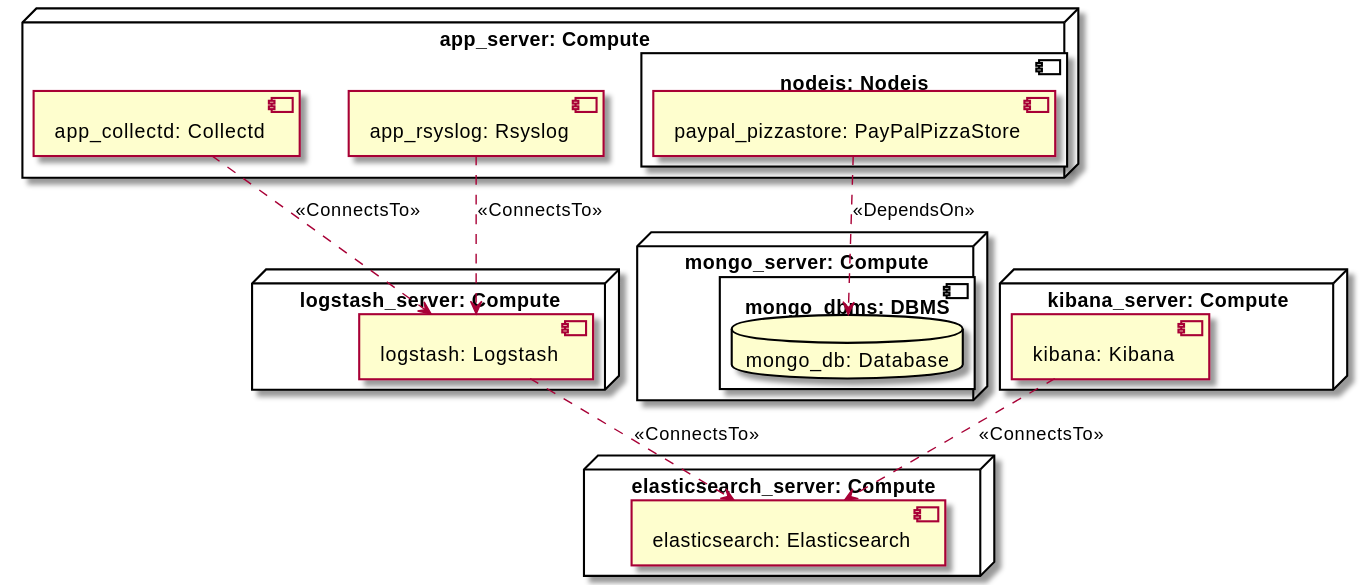
The PlantUML diagram examples/ariatosca/diagrams/uml2/multi-tier-1-1.0-uml2-deployment-diagram.svg in Orange-OpenSource/Cloudnet-TOSCA-toolbox, before a commit. The source it was exported from:
```plantuml
@startuml
skinparam componentStyle uml2
allowmixing

node "app_server: Compute" as node_app_server {
component "nodejs: Nodejs" as node_nodejs {
component "paypal_pizzastore: PayPalPizzaStore" as node_paypal_pizzastore
}
component "app_collectd: Collectd" as node_app_collectd
component "app_rsyslog: Rsyslog" as node_app_rsyslog
}
node "mongo_server: Compute" as node_mongo_server {
component "mongo_dbms: DBMS" as node_mongo_dbms {
database "mongo_db: Database" as node_mongo_db
}
}
node "elasticsearch_server: Compute" as node_elasticsearch_server {
component "elasticsearch: Elasticsearch" as node_elasticsearch
}
node "logstash_server: Compute" as node_logstash_server {
component "logstash: Logstash" as node_logstash
}
node "kibana_server: Compute" as node_kibana_server {
component "kibana: Kibana" as node_kibana
}
node_paypal_pizzastore ..> node_mongo_db : <<DependsOn>>
node_logstash ..> node_elasticsearch : <<ConnectsTo>>
node_kibana ..> node_elasticsearch : <<ConnectsTo>>
node_app_collectd ..> node_logstash : <<ConnectsTo>>
node_app_rsyslog ..> node_logstash : <<ConnectsTo>>
@enduml
```
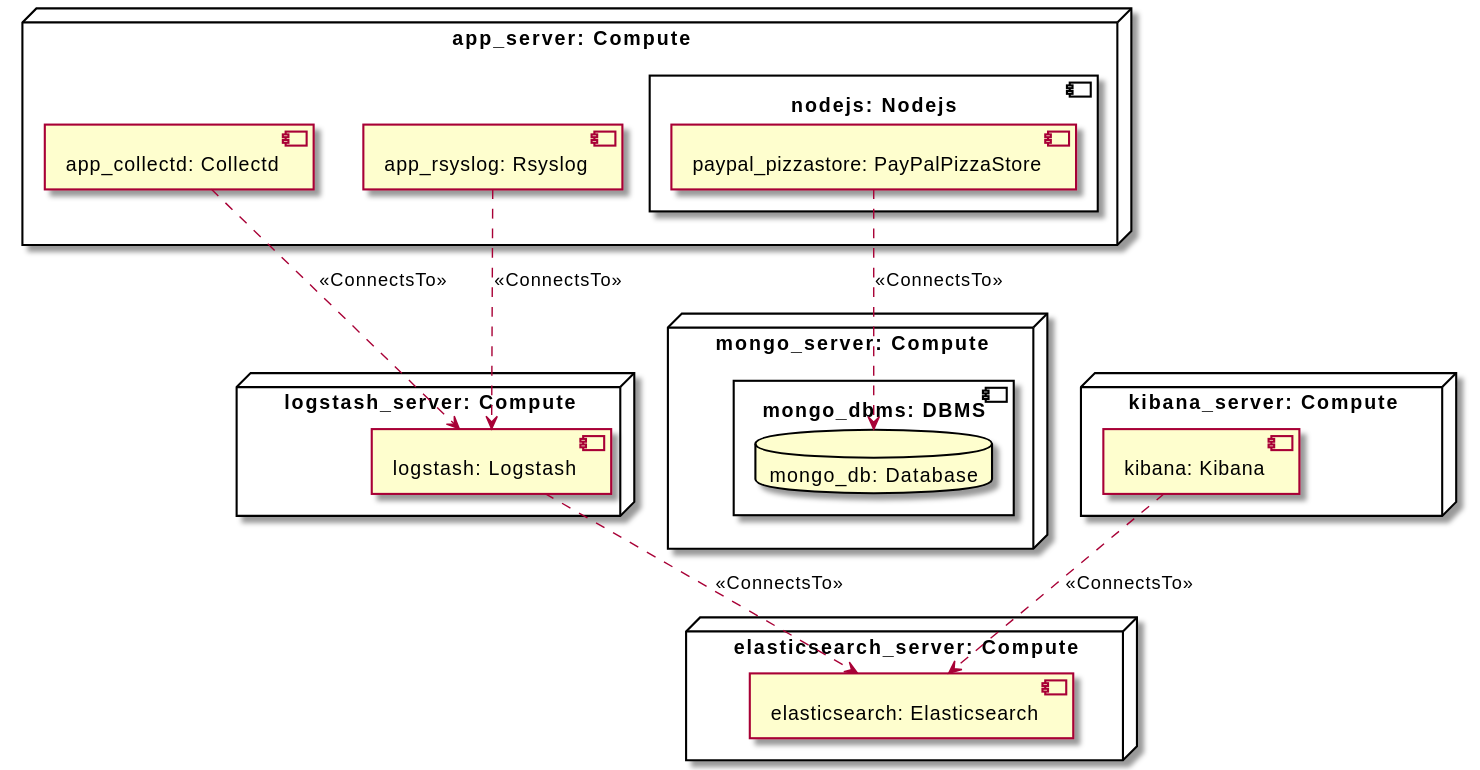
Later version of the same file.

Diff of the diagram source:
```diff
@@ -23,7 +23,7 @@
 node "kibana_server: Compute" as node_kibana_server {
 component "kibana: Kibana" as node_kibana
 }
-node_paypal_pizzastore ..> node_mongo_db : <<DependsOn>>
+node_paypal_pizzastore ..> node_mongo_db : <<ConnectsTo>>
 node_logstash ..> node_elasticsearch : <<ConnectsTo>>
 node_kibana ..> node_elasticsearch : <<ConnectsTo>>
 node_app_collectd ..> node_logstash : <<ConnectsTo>>
```
